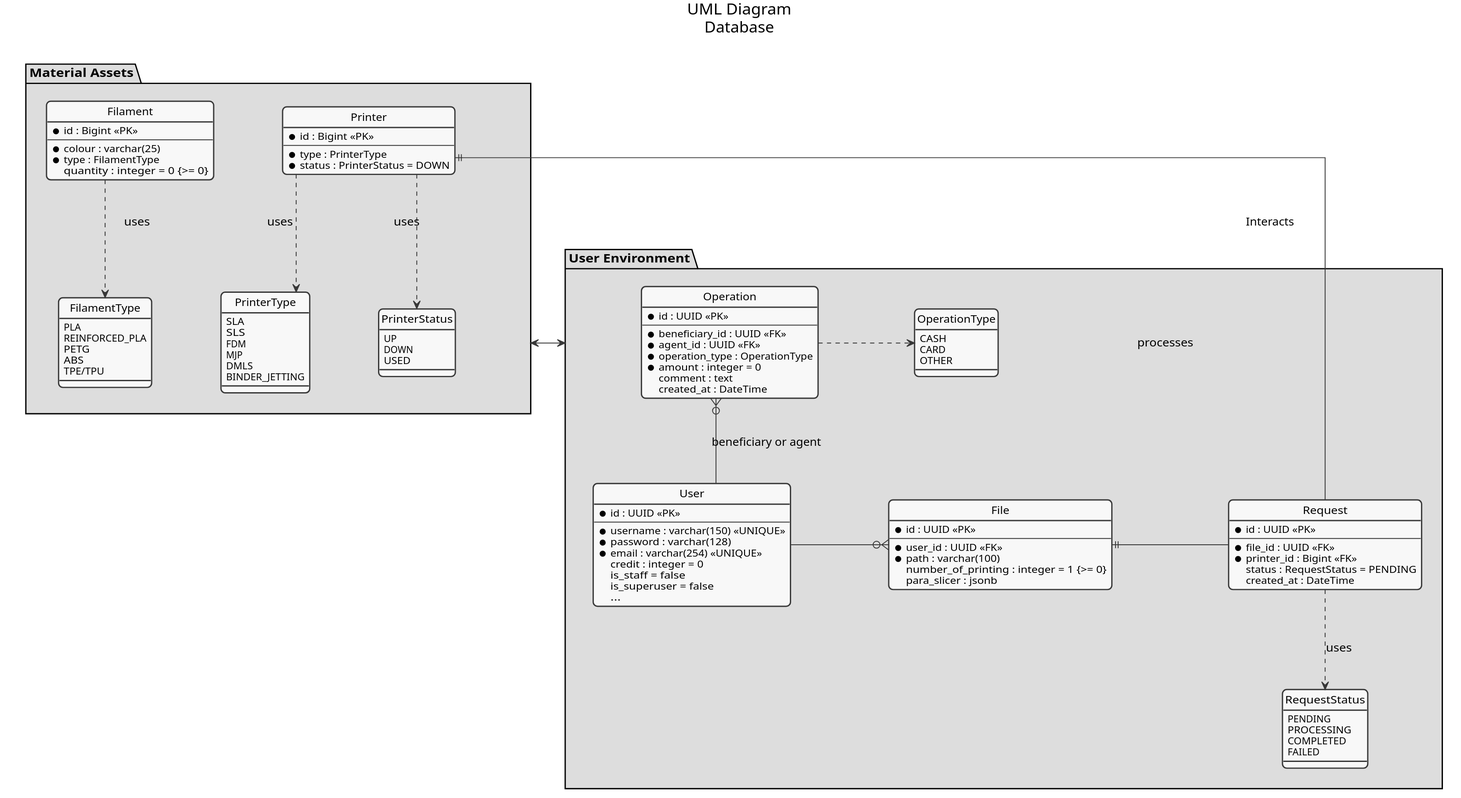
Association-INTech/prINTech keeps this PlantUML diagram as diagrams/db-diagram.svg. Above is the earlier version.
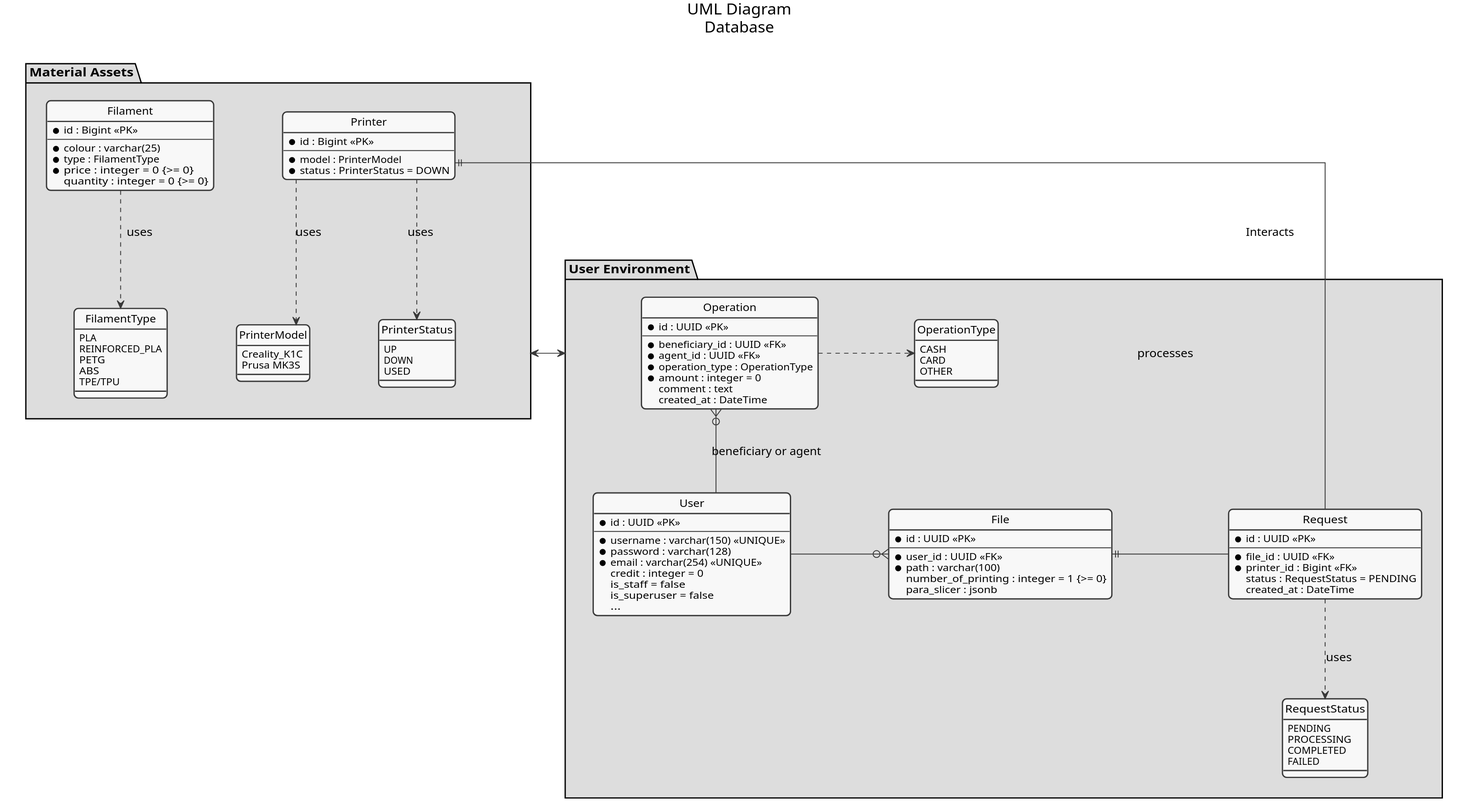
The same file after the commit.

Commit message:
modified models and diagrams

Change to the diagram source:
```diff
@@ -75,7 +75,7 @@
     entity "Printer" as printer {
             *id : Bigint <<PK>>
             --
-            *type : PrinterType
+            *model : PrinterModel
             *status : PrinterStatus = DOWN
     }
 
@@ -84,6 +84,7 @@
         --
         *colour : varchar(25)
         *type : FilamentType
+        *price : integer = 0 {>= 0}
         quantity : integer = 0 {>= 0}
     }
 
@@ -95,13 +96,9 @@
         TPE/TPU
     }
 
-    enum PrinterType {
-        SLA
-        SLS
-        FDM
-        MJP
-        DMLS
-        BINDER_JETTING
+    enum PrinterModel {
+        Creality_K1C
+        Prusa MK3S
     }
 
     enum PrinterStatus {
@@ -121,7 +118,7 @@
 operation }o-- user : beneficiary or agent
 request .d.> RequestStatus : uses
 printer ..> PrinterStatus : uses
-printer ..> PrinterType : uses
+printer ..> PrinterModel : uses
 filament ..> FilamentType : uses
 operation .r.> OperationType : uses
 @enduml
```
